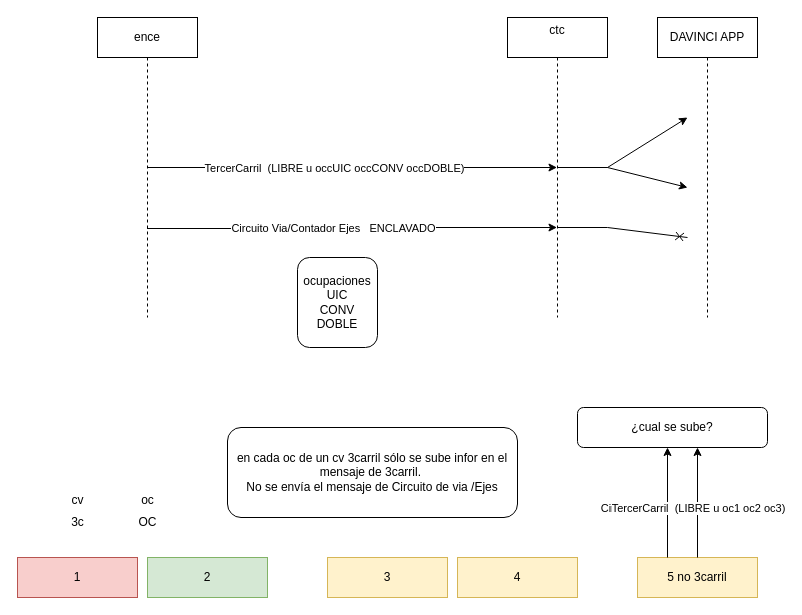
Above: page "3carril" (5 of 7) of hhrmg.drawio in jeongon/HHRmovCTCge (draw.io), before the change. Source tidied: cells renumbered, new cells numbered last; positions are measured from the earlier drawing's top-left corner, leaving out a move shared by most shapes. Both pictures are drawn from the tidied source at 100%, with x=0, y=0 at pixel (17, 17).
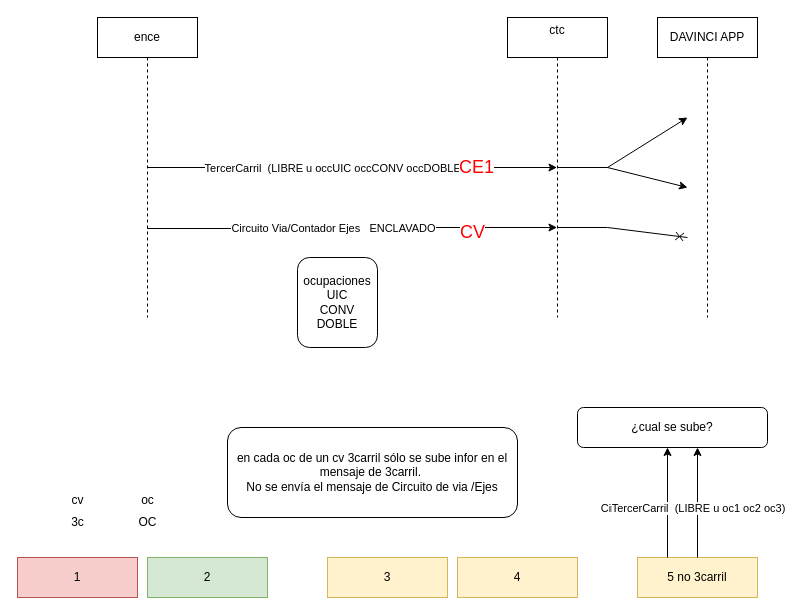
Above is the later version.

The change refers to these unchanged cells:
```xml
<mxCell id="3" style="edgeStyle=orthogonalEdgeStyle;rounded=0;jettySize=auto;html=1;curved=0;" parent="1" edge="1" source="5" target="2">
  <mxGeometry relative="1" as="geometry" />
</mxCell>
<mxCell id="6" style="edgeStyle=orthogonalEdgeStyle;rounded=0;jettySize=auto;html=1;curved=0;" parent="1" edge="1" source="5" target="2">
  <mxGeometry relative="1" as="geometry">
    <Array as="points">
      <mxPoint x="296" y="211" />
      <mxPoint x="296" y="210" />
    </Array>
  </mxGeometry>
</mxCell>
```

What changed in the source:
```diff
@@
+    <mxCell id="28" value="&lt;font color=&quot;#ff0000&quot; style=&quot;font-size: 18px;&quot;&gt;CE1&lt;/font&gt;" style="edgeLabel;html=1;align=center;verticalAlign=middle;" parent="3" vertex="1">
+      <mxGeometry x="0.6" y="1" relative="1" as="geometry">
+        <mxPoint x="1" as="offset" />
+      </mxGeometry>
+    </mxCell>
@@
+    <mxCell id="29" value="&lt;font color=&quot;#ff0000&quot; style=&quot;font-size: 18px;&quot;&gt;CV&lt;/font&gt;" style="edgeLabel;html=1;align=center;verticalAlign=middle;" parent="6" vertex="1">
+      <mxGeometry x="0.58" y="-4" relative="1" as="geometry">
+        <mxPoint x="1" as="offset" />
+      </mxGeometry>
+    </mxCell>
```
